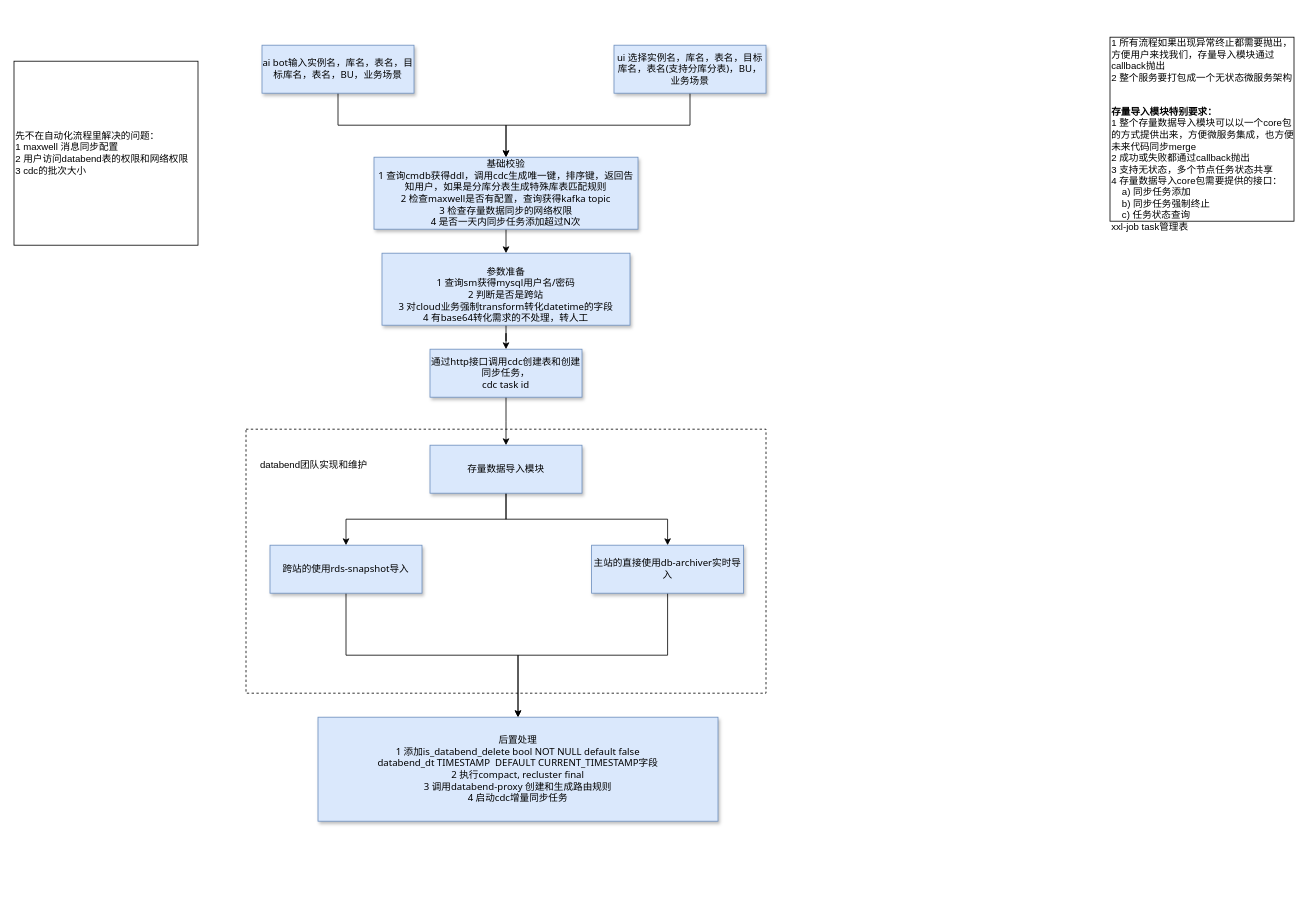
jackjoesh/databend keeps this draw.io diagram as doc/databend自动化数据导入流程.drawio. Above is the earlier version. Source tidied: cells renumbered, new cells numbered last; positions are measured from the earlier drawing's top-left corner, leaving out a move shared by most shapes. Both pictures are drawn from the tidied source at 80%, with x=0, y=0 at pixel (14, 37).
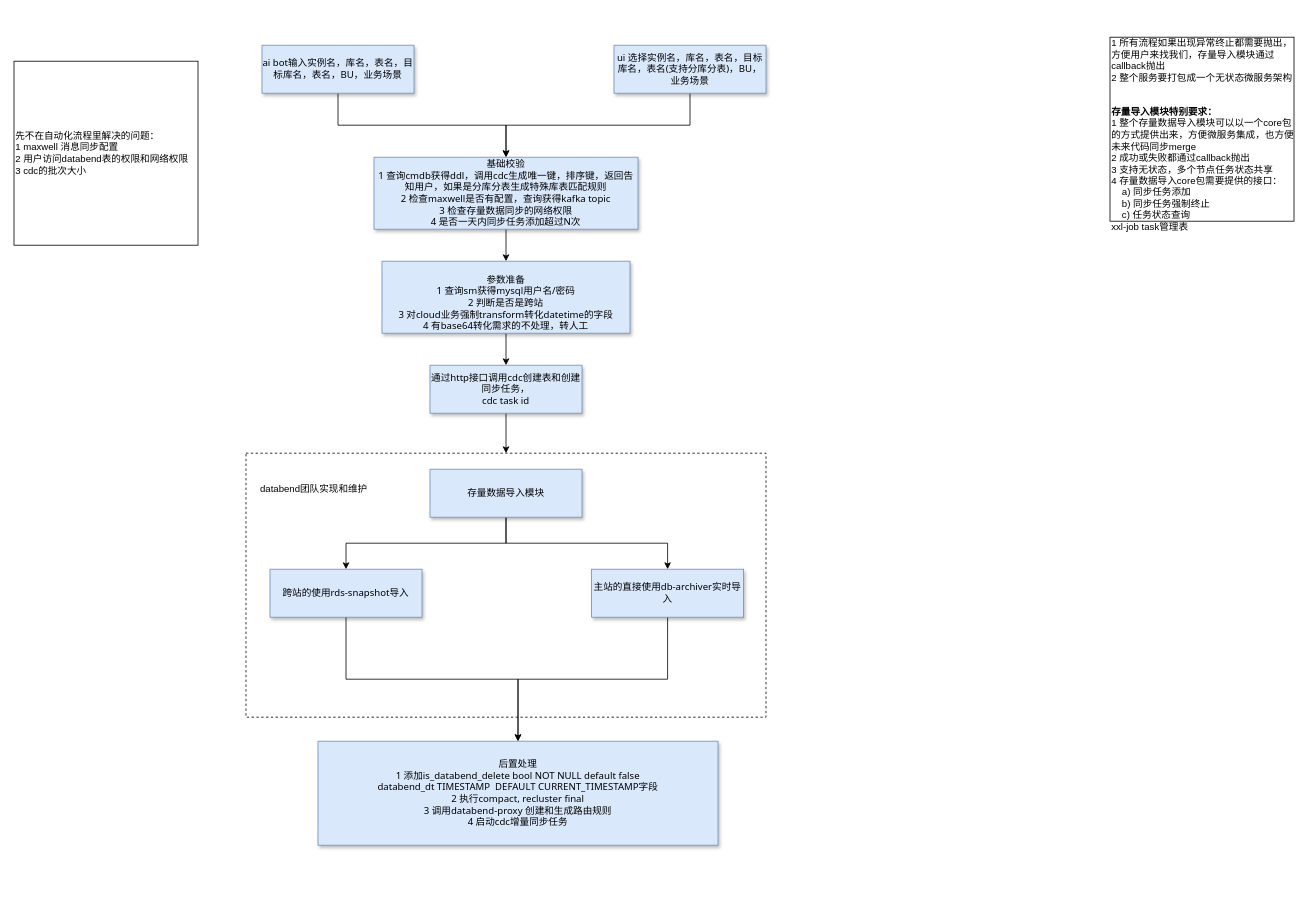
The same page after the edit.

Commit message:
更新databend自动化数据导入流程.drawio

Change to the diagram source:
```diff
@@
     <mxCell id="2" style="rounded=0;whiteSpace=wrap;html=1;dashed=1;" parent="1" vertex="1">
-      <mxGeometry x="290" y="490" width="650" height="330" as="geometry" />
+      <mxGeometry x="290" y="520" width="650" height="330" as="geometry" />
     </mxCell>
@@
     <mxCell id="8" value="跨站的使用rds-snapshot导入" style="rounded=0;whiteSpace=wrap;html=1;fillColor=#dae8fc;strokeColor=#6c8ebf;shadow=1;fontFamily=Tahoma;" parent="1" vertex="1">
-      <mxGeometry x="320" y="635" width="190" height="60" as="geometry" />
+      <mxGeometry x="320" y="665" width="190" height="60" as="geometry" />
     </mxCell>
-    <mxCell id="9" style="edgeStyle=orthogonalEdgeStyle;rounded=0;jettySize=auto;html=1;exitX=0.5;exitY=1;exitDx=0;exitDy=0;" parent="1" edge="1" source="10">
-      <mxGeometry relative="1" as="geometry">
-        <mxPoint x="615" y="510" as="targetPoint" />
-      </mxGeometry>
+    <mxCell id="9" style="edgeStyle=orthogonalEdgeStyle;rounded=0;jettySize=auto;html=1;exitX=0.5;exitY=1;exitDx=0;exitDy=0;entryX=0.5;entryY=0;entryDx=0;entryDy=0;" parent="1" edge="1" source="10" target="2">
+      <mxGeometry relative="1" as="geometry" />
     </mxCell>
     <mxCell id="10" value="通过http接口调用cdc创建表和创建同步任务，&lt;div&gt;cdc task id&lt;/div&gt;" style="rounded=0;whiteSpace=wrap;html=1;fillColor=#dae8fc;strokeColor=#6c8ebf;shadow=1;fontFamily=Tahoma;" parent="1" vertex="1">
-      <mxGeometry x="520" y="390" width="190" height="60" as="geometry" />
+      <mxGeometry x="520" y="410" width="190" height="60" as="geometry" />
     </mxCell>
@@
     <mxCell id="12" value="主站的直接使用db-archiver实时导入" style="rounded=0;whiteSpace=wrap;html=1;fillColor=#dae8fc;strokeColor=#6c8ebf;shadow=1;fontFamily=Tahoma;" parent="1" vertex="1">
-      <mxGeometry x="722" y="635" width="190" height="60" as="geometry" />
+      <mxGeometry x="722" y="665" width="190" height="60" as="geometry" />
     </mxCell>
@@
     <mxCell id="15" value="存量数据导入模块" style="rounded=0;whiteSpace=wrap;html=1;fillColor=#dae8fc;strokeColor=#6c8ebf;shadow=1;fontFamily=Tahoma;" parent="1" vertex="1">
-      <mxGeometry x="520" y="510" width="190" height="60" as="geometry" />
+      <mxGeometry x="520" y="540" width="190" height="60" as="geometry" />
     </mxCell>
     <mxCell id="16" value="后置处理&lt;br&gt;1 添加&lt;span style=&quot;background-color: transparent;&quot;&gt;is_databend_delete bool NOT NULL default false&lt;/span&gt;&lt;div&gt;databend_dt TIMESTAMP&amp;nbsp; DEFAULT CURRENT_TIMESTAMP字段&lt;br&gt;2 执行compact, recluster final&lt;/div&gt;&lt;div&gt;3 调用databend-proxy 创建和生成路由规则&lt;/div&gt;&lt;div&gt;4 启动cdc增量同步任务&lt;/div&gt;" style="rounded=0;whiteSpace=wrap;html=1;fillColor=#dae8fc;strokeColor=#6c8ebf;shadow=1;fontFamily=Tahoma;" parent="1" vertex="1">
-      <mxGeometry x="380" y="850" width="500" height="130" as="geometry" />
+      <mxGeometry x="380" y="880" width="500" height="130" as="geometry" />
     </mxCell>
@@
     <mxCell id="19" value="databend团队实现和维护" style="text;html=1;align=center;verticalAlign=middle;whiteSpace=wrap;rounded=0;" parent="1" vertex="1">
-      <mxGeometry x="300" y="520" width="150" height="30" as="geometry" />
+      <mxGeometry x="300" y="550" width="150" height="30" as="geometry" />
     </mxCell>
     <mxCell id="20" style="edgeStyle=orthogonalEdgeStyle;rounded=0;orthogonalLoop=1;jettySize=auto;html=1;exitX=0.5;exitY=1;exitDx=0;exitDy=0;" parent="1" edge="1">
       <mxGeometry relative="1" as="geometry">
-        <mxPoint x="630" y="1040" as="sourcePoint" />
-        <mxPoint x="630" y="1040" as="targetPoint" />
+        <mxPoint x="630" y="1070" as="sourcePoint" />
+        <mxPoint x="630" y="1070" as="targetPoint" />
       </mxGeometry>
     </mxCell>
@@
     <mxCell id="24" value="&lt;br&gt;参数准备&lt;br&gt;1 查询sm获得mysql用户名/密码&lt;br&gt;2 判断是否是跨站&lt;br&gt;3 对cloud业务强制transform转化datetime的字段&lt;div&gt;4 有base64转化需求的不处理，转人工&lt;/div&gt;" style="rounded=0;whiteSpace=wrap;html=1;fillColor=#dae8fc;strokeColor=#6c8ebf;shadow=1;fontFamily=Tahoma;" parent="1" vertex="1">
-      <mxGeometry x="460" y="270" width="310" height="90" as="geometry" />
+      <mxGeometry x="460" y="280" width="310" height="90" as="geometry" />
     </mxCell>
```
